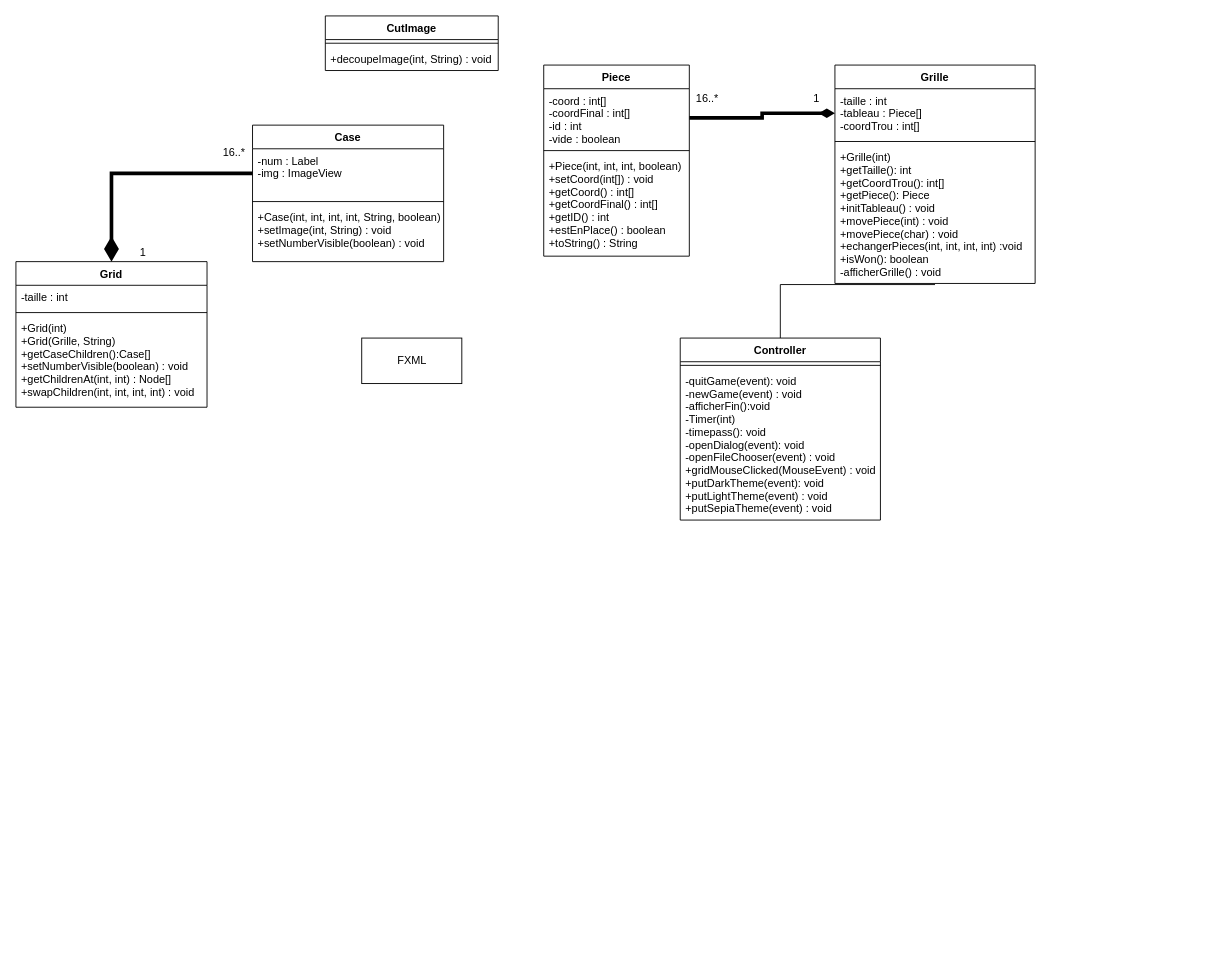
tiphainewo/Projet-Taquin keeps this draw.io diagram as Diagramme_Classes.drawio. Above is the earlier version. Source tidied: cells renumbered, new cells numbered last; positions are measured from the earlier drawing's top-left corner, leaving out a move shared by most shapes. Both pictures are drawn from the tidied source at 91%, with x=0, y=0 at pixel (15, 15).
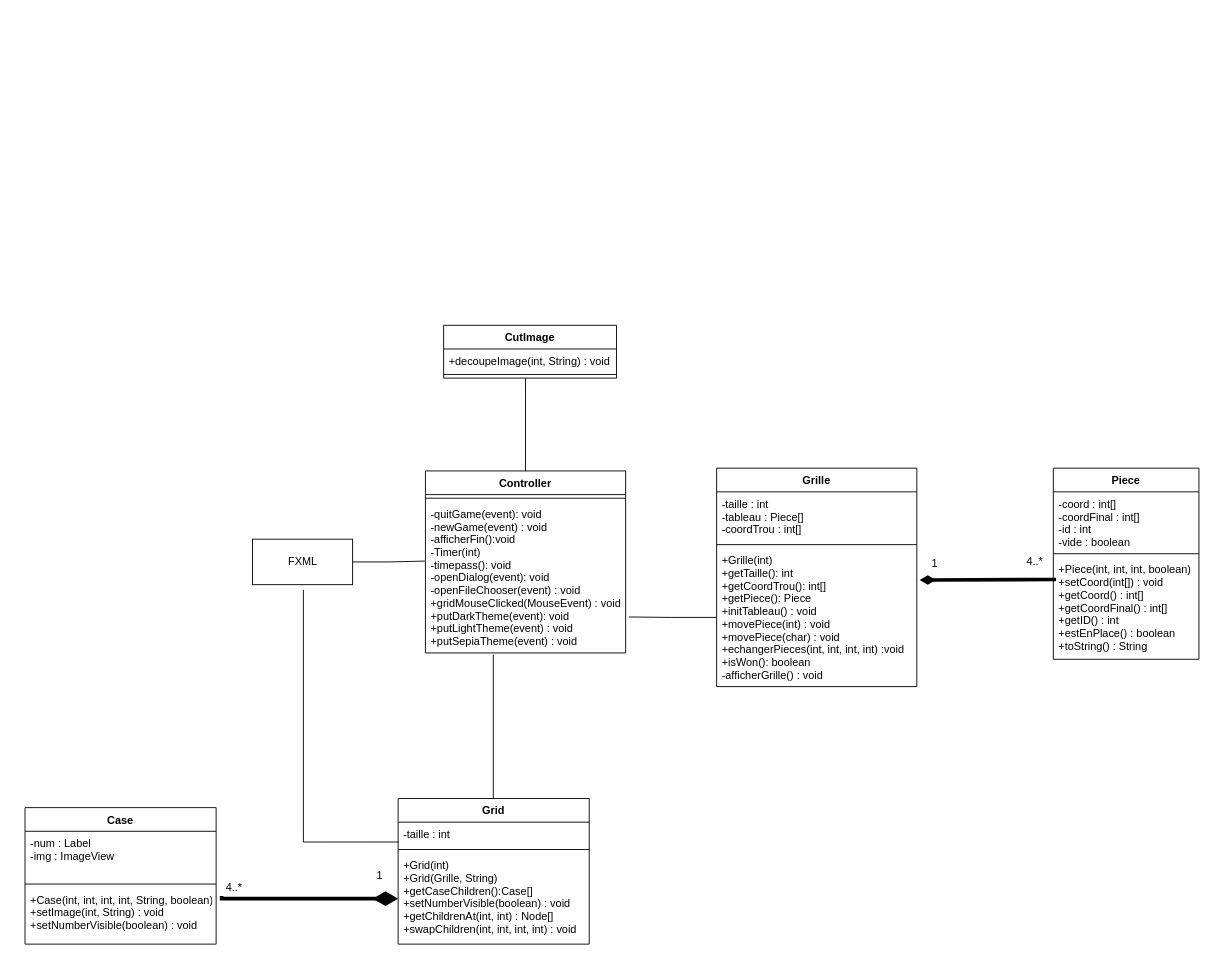
After the change.

Unchanged cells that the change refers to:
```xml
<mxCell id="7" value="-taille : int&#10;-tableau : Piece[]&#10;-coordTrou : int[]" style="text;strokeColor=none;fillColor=none;align=left;verticalAlign=top;spacingLeft=4;spacingRight=4;overflow=hidden;points=[[0,0.5],[1,0.5]];portConstraint=eastwest;glass=0;" parent="6" vertex="1">
  <mxGeometry y="26" width="220" height="54" as="geometry" />
</mxCell>
<mxCell id="9" value="+Grille(int)&#10;+getTaille(): int&#10;+getCoordTrou(): int[]&#10;+getPiece(): Piece&#10;+initTableau() : void&#10;+movePiece(int) : void&#10;+movePiece(char) : void&#10;+echangerPieces(int, int, int, int) :void&#10;+isWon(): boolean&#10;-afficherGrille() : void&#10;" style="text;strokeColor=none;fillColor=none;align=left;verticalAlign=top;spacingLeft=4;spacingRight=4;overflow=hidden;points=[[0,0.5],[1,0.5]];portConstraint=eastwest;" parent="6" vertex="1">
  <mxGeometry y="88" width="220" height="152" as="geometry" />
</mxCell>
<mxCell id="11" value="-coord : int[]&#10;-coordFinal : int[]&#10;-id : int &#10;-vide : boolean" style="text;strokeColor=none;fillColor=none;align=left;verticalAlign=top;spacingLeft=4;spacingRight=4;overflow=hidden;points=[[0,0.5],[1,0.5]];portConstraint=eastwest;" parent="10" vertex="1">
  <mxGeometry y="26" width="160" height="64" as="geometry" />
</mxCell>
<mxCell id="13" value="+Piece(int, int, int, boolean)&#10;+setCoord(int[]) : void&#10;+getCoord() : int[]&#10;+getCoordFinal() : int[]&#10;+getID() : int&#10;+estEnPlace() : boolean&#10;+toString() : String" style="text;strokeColor=none;fillColor=none;align=left;verticalAlign=top;spacingLeft=4;spacingRight=4;overflow=hidden;points=[[0,0.5],[1,0.5]];portConstraint=eastwest;" parent="10" vertex="1">
  <mxGeometry y="98" width="160" height="112" as="geometry" />
</mxCell>
<mxCell id="16" value="-quitGame(event): void&#10;-newGame(event) : void&#10;-afficherFin():void&#10;-Timer(int)&#10;-timepass(): void&#10;-openDialog(event): void&#10;-openFileChooser(event) : void&#10;+gridMouseClicked(MouseEvent) : void&#10;+putDarkTheme(event): void&#10;+putLightTheme(event) : void&#10;+putSepiaTheme(event) : void" style="text;strokeColor=none;fillColor=none;align=left;verticalAlign=top;spacingLeft=4;spacingRight=4;overflow=hidden;points=[[0,0.5],[1,0.5]];portConstraint=eastwest;" parent="14" vertex="1">
  <mxGeometry y="34" width="220" height="166" as="geometry" />
</mxCell>
<mxCell id="18" value="-num : Label&#10;-img : ImageView" style="text;strokeColor=none;fillColor=none;align=left;verticalAlign=top;spacingLeft=4;spacingRight=4;overflow=hidden;points=[[0,0.5],[1,0.5]];portConstraint=eastwest;" parent="17" vertex="1">
  <mxGeometry y="26" width="210" height="54" as="geometry" />
</mxCell>
<mxCell id="20" value="+Case(int, int, int, int, String, boolean)&#10;+setImage(int, String) : void&#10;+setNumberVisible(boolean) : void" style="text;strokeColor=none;fillColor=none;align=left;verticalAlign=top;spacingLeft=4;spacingRight=4;overflow=hidden;points=[[0,0.5],[1,0.5]];portConstraint=eastwest;" parent="17" vertex="1">
  <mxGeometry y="88" width="210" height="62" as="geometry" />
</mxCell>
<mxCell id="25" value="-taille : int" style="text;strokeColor=none;fillColor=none;align=left;verticalAlign=top;spacingLeft=4;spacingRight=4;overflow=hidden;points=[[0,0.5],[1,0.5]];portConstraint=eastwest;" parent="24" vertex="1">
  <mxGeometry y="26" width="210" height="26" as="geometry" />
</mxCell>
<mxCell id="27" value="+Grid(int)&#10;+Grid(Grille, String)&#10;+getCaseChildren():Case[]&#10;+setNumberVisible(boolean) : void&#10;+getChildrenAt(int, int) : Node[]&#10;+swapChildren(int, int, int, int) : void" style="text;strokeColor=none;fillColor=none;align=left;verticalAlign=top;spacingLeft=4;spacingRight=4;overflow=hidden;points=[[0,0.5],[1,0.5]];portConstraint=eastwest;" parent="24" vertex="1">
  <mxGeometry y="60" width="210" height="100" as="geometry" />
</mxCell>
```

Change to the diagram source:
```diff
@@
-    <mxCell id="2" style="edgeStyle=orthogonalEdgeStyle;rounded=0;jettySize=auto;html=1;endArrow=diamondThin;endFill=1;strokeWidth=4;" parent="1" edge="1" source="11" target="7">
-      <mxGeometry relative="1" as="geometry" />
+    <mxCell id="2" style="edgeStyle=orthogonalEdgeStyle;rounded=0;jettySize=auto;html=1;endArrow=diamondThin;endFill=1;strokeWidth=4;exitX=-0.007;exitY=0.217;exitDx=0;exitDy=0;exitPerimeter=0;entryX=1.014;entryY=0.23;entryDx=0;entryDy=0;entryPerimeter=0;" parent="1" edge="1" source="13" target="9">
+      <mxGeometry relative="1" as="geometry">
+        <Array as="points">
+          <mxPoint x="1143" y="619" />
+          <mxPoint x="1030" y="620" />
+        </Array>
+      </mxGeometry>
     </mxCell>
-    <mxCell id="3" value="16..*" style="text;html=1;strokeColor=none;fillColor=none;align=center;verticalAlign=middle;whiteSpace=wrap;rounded=0;glass=0;" parent="1" vertex="1">
-      <mxGeometry x="740" y="81" width="40" height="20" as="geometry" />
+    <mxCell id="3" value="4..*" style="text;html=1;strokeColor=none;fillColor=none;align=center;verticalAlign=middle;whiteSpace=wrap;rounded=0;glass=0;" parent="1" vertex="1">
+      <mxGeometry x="1100" y="590" width="40" height="20" as="geometry" />
     </mxCell>
     <mxCell id="4" value="1" style="text;html=1;strokeColor=none;fillColor=none;align=center;verticalAlign=middle;whiteSpace=wrap;rounded=0;glass=0;" parent="1" vertex="1">
-      <mxGeometry x="860" y="81" width="40" height="20" as="geometry" />
+      <mxGeometry x="990" y="592" width="40" height="20" as="geometry" />
     </mxCell>
-    <mxCell id="5" style="edgeStyle=orthogonalEdgeStyle;rounded=0;jettySize=auto;html=1;entryX=0.5;entryY=1.008;entryDx=0;entryDy=0;entryPerimeter=0;endArrow=none;endFill=0;" parent="1" edge="1" source="14" target="9">
-      <mxGeometry relative="1" as="geometry" />
-    </mxCell>
     <mxCell id="6" value="Grille" style="swimlane;fontStyle=1;align=center;verticalAlign=top;horizontal=1;startSize=26;" parent="1" vertex="1">
-      <mxGeometry x="900" y="54" width="220" height="240" as="geometry" />
+      <mxGeometry x="770" y="497" width="220" height="240" as="geometry" />
     </mxCell>
@@
     <mxCell id="10" value="Piece" style="swimlane;fontStyle=1;align=center;verticalAlign=top;horizontal=1;startSize=26;" parent="1" vertex="1">
-      <mxGeometry x="580" y="54" width="160" height="210" as="geometry" />
+      <mxGeometry x="1140" y="497" width="160" height="210" as="geometry" />
     </mxCell>
@@
     <mxCell id="14" value="Controller" style="swimlane;fontStyle=1;align=center;verticalAlign=top;horizontal=1;startSize=26;" parent="1" vertex="1">
-      <mxGeometry x="730" y="354" width="220" height="200" as="geometry" />
+      <mxGeometry x="450" y="500" width="220" height="200" as="geometry" />
     </mxCell>
@@
     <mxCell id="17" value="Case" style="swimlane;fontStyle=1;align=center;verticalAlign=top;horizontal=1;startSize=26;" parent="1" vertex="1">
-      <mxGeometry x="260" y="120" width="210" height="150" as="geometry" />
+      <mxGeometry x="10" y="870" width="210" height="150" as="geometry" />
     </mxCell>
@@
+    <mxCell id="32" style="edgeStyle=orthogonalEdgeStyle;rounded=0;jettySize=auto;html=1;entryX=0.5;entryY=0;entryDx=0;entryDy=0;endArrow=none;endFill=0;" parent="1" edge="1" source="21" target="14">
+      <mxGeometry relative="1" as="geometry">
+        <Array as="points">
+          <mxPoint x="560" y="420" />
+          <mxPoint x="560" y="420" />
+        </Array>
+      </mxGeometry>
+    </mxCell>
     <mxCell id="21" value="CutImage" style="swimlane;fontStyle=1;align=center;verticalAlign=top;horizontal=1;startSize=26;" parent="1" vertex="1">
-      <mxGeometry x="340" width="190" height="60" as="geometry" />
+      <mxGeometry x="470" y="340" width="190" height="58" as="geometry" />
     </mxCell>
+    <mxCell id="23" value="+decoupeImage(int, String) : void" style="text;strokeColor=none;fillColor=none;align=left;verticalAlign=top;spacingLeft=4;spacingRight=4;overflow=hidden;" parent="21" vertex="1">
+      <mxGeometry y="26" width="190" height="24" as="geometry" />
+    </mxCell>
     <mxCell id="22" style="line;strokeWidth=1;fillColor=none;align=left;verticalAlign=middle;spacingTop=-1;spacingLeft=3;spacingRight=3;labelPosition=right;" parent="21" vertex="1">
-      <mxGeometry y="26" width="190" height="8" as="geometry" />
+      <mxGeometry y="50" width="190" height="8" as="geometry" />
     </mxCell>
-    <mxCell id="23" value="+decoupeImage(int, String) : void" style="text;strokeColor=none;fillColor=none;align=left;verticalAlign=top;spacingLeft=4;spacingRight=4;overflow=hidden;" parent="21" vertex="1">
-      <mxGeometry y="34" width="190" height="26" as="geometry" />
-    </mxCell>
+    <mxCell id="33" style="edgeStyle=orthogonalEdgeStyle;rounded=0;jettySize=auto;html=1;entryX=0.339;entryY=1.012;entryDx=0;entryDy=0;entryPerimeter=0;endArrow=none;endFill=0;" parent="1" edge="1" source="24" target="16">
+      <mxGeometry relative="1" as="geometry">
+        <Array as="points">
+          <mxPoint x="525" y="702" />
+        </Array>
+      </mxGeometry>
+    </mxCell>
     <mxCell id="24" value="Grid" style="swimlane;fontStyle=1;align=center;verticalAlign=top;horizontal=1;startSize=26;" parent="1" vertex="1">
-      <mxGeometry y="270" width="210" height="160" as="geometry" />
+      <mxGeometry x="420" y="860" width="210" height="160" as="geometry" />
     </mxCell>
@@
+    <mxCell id="34" style="edgeStyle=orthogonalEdgeStyle;rounded=0;jettySize=auto;html=1;entryX=-0.003;entryY=0.392;entryDx=0;entryDy=0;entryPerimeter=0;endArrow=none;endFill=0;" parent="1" edge="1" source="28" target="16">
+      <mxGeometry relative="1" as="geometry" />
+    </mxCell>
     <mxCell id="28" value="FXML" style="html=1;" parent="1" vertex="1">
-      <mxGeometry x="380" y="354" width="110" height="50" as="geometry" />
+      <mxGeometry x="260" y="575" width="110" height="50" as="geometry" />
     </mxCell>
-    <mxCell id="29" style="edgeStyle=orthogonalEdgeStyle;rounded=0;jettySize=auto;html=1;entryX=0.5;entryY=0;entryDx=0;entryDy=0;endArrow=diamondThin;endFill=1;endSize=16;startSize=14;jumpSize=7;strokeWidth=4;" parent="1" edge="1" source="18" target="24">
-      <mxGeometry relative="1" as="geometry" />
+    <mxCell id="29" style="edgeStyle=orthogonalEdgeStyle;rounded=0;jettySize=auto;html=1;entryX=0;entryY=0.5;entryDx=0;entryDy=0;endArrow=diamondThin;endFill=1;endSize=16;startSize=14;jumpSize=7;strokeWidth=4;exitX=1.029;exitY=0.145;exitDx=0;exitDy=0;exitPerimeter=0;" parent="1" edge="1" source="20" target="27">
+      <mxGeometry relative="1" as="geometry">
+        <Array as="points">
+          <mxPoint x="226" y="970" />
+        </Array>
+      </mxGeometry>
     </mxCell>
+    <mxCell id="31" value="1" style="text;html=1;strokeColor=none;fillColor=none;align=center;verticalAlign=middle;whiteSpace=wrap;rounded=0;glass=0;" parent="1" vertex="1">
+      <mxGeometry x="380" y="935" width="40" height="20" as="geometry" />
+    </mxCell>
+    <mxCell id="35" style="edgeStyle=orthogonalEdgeStyle;rounded=0;jettySize=auto;html=1;entryX=0.508;entryY=1.113;entryDx=0;entryDy=0;endArrow=none;endFill=0;exitX=0.002;exitY=0.837;exitDx=0;exitDy=0;exitPerimeter=0;entryPerimeter=0;" parent="1" edge="1" source="25" target="28">
+      <mxGeometry relative="1" as="geometry">
+        <Array as="points">
+          <mxPoint x="316" y="908" />
+        </Array>
+      </mxGeometry>
+    </mxCell>
+    <mxCell id="36" style="edgeStyle=orthogonalEdgeStyle;rounded=0;jettySize=auto;html=1;entryX=1.017;entryY=0.762;entryDx=0;entryDy=0;entryPerimeter=0;endArrow=none;endFill=0;" parent="1" edge="1" source="9" target="16">
+      <mxGeometry relative="1" as="geometry" />
+    </mxCell>
-    <mxCell id="30" value="16..*" style="text;html=1;strokeColor=none;fillColor=none;align=center;verticalAlign=middle;whiteSpace=wrap;rounded=0;glass=0;" parent="1" vertex="1">
-      <mxGeometry x="220" y="140" width="40" height="20" as="geometry" />
+    <mxCell id="30" value="4..*" style="text;html=1;strokeColor=none;fillColor=none;align=center;verticalAlign=middle;whiteSpace=wrap;rounded=0;glass=0;" parent="1" vertex="1">
+      <mxGeometry x="210" y="950" width="60" height="15" as="geometry" />
     </mxCell>
-    <mxCell id="31" value="1" style="text;html=1;strokeColor=none;fillColor=none;align=center;verticalAlign=middle;whiteSpace=wrap;rounded=0;glass=0;" parent="1" vertex="1">
-      <mxGeometry x="120" y="250" width="40" height="20" as="geometry" />
-    </mxCell>
```
